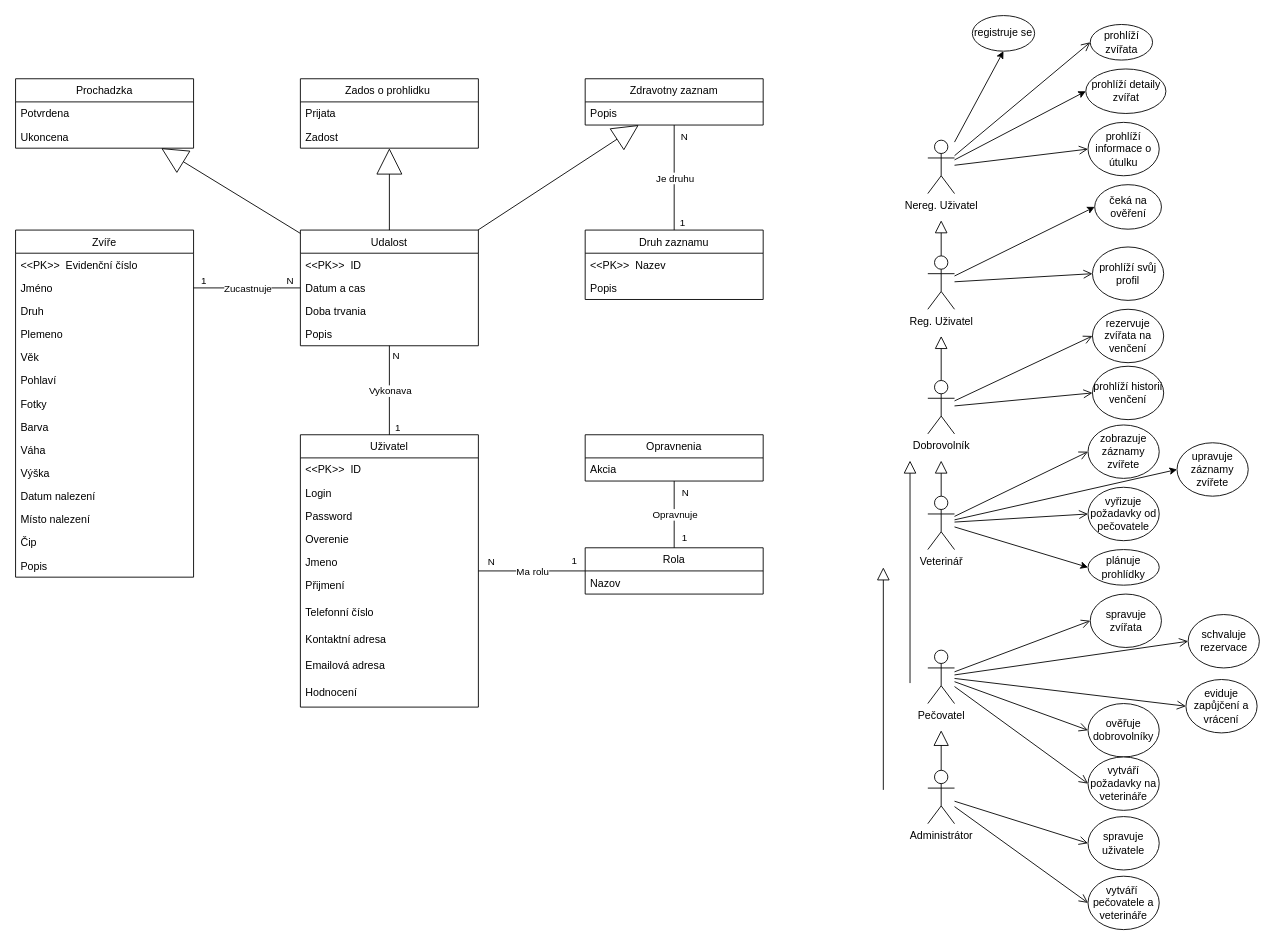
Before: db.drawio in solumath/IIS-Zvireci-utulek, a draw.io diagram. Source tidied: cells renumbered, new cells numbered last; positions are measured from the earlier drawing's top-left corner, leaving out a move shared by most shapes. Both pictures are drawn from the tidied source at 89%, with x=0, y=0 at pixel (15, 15).
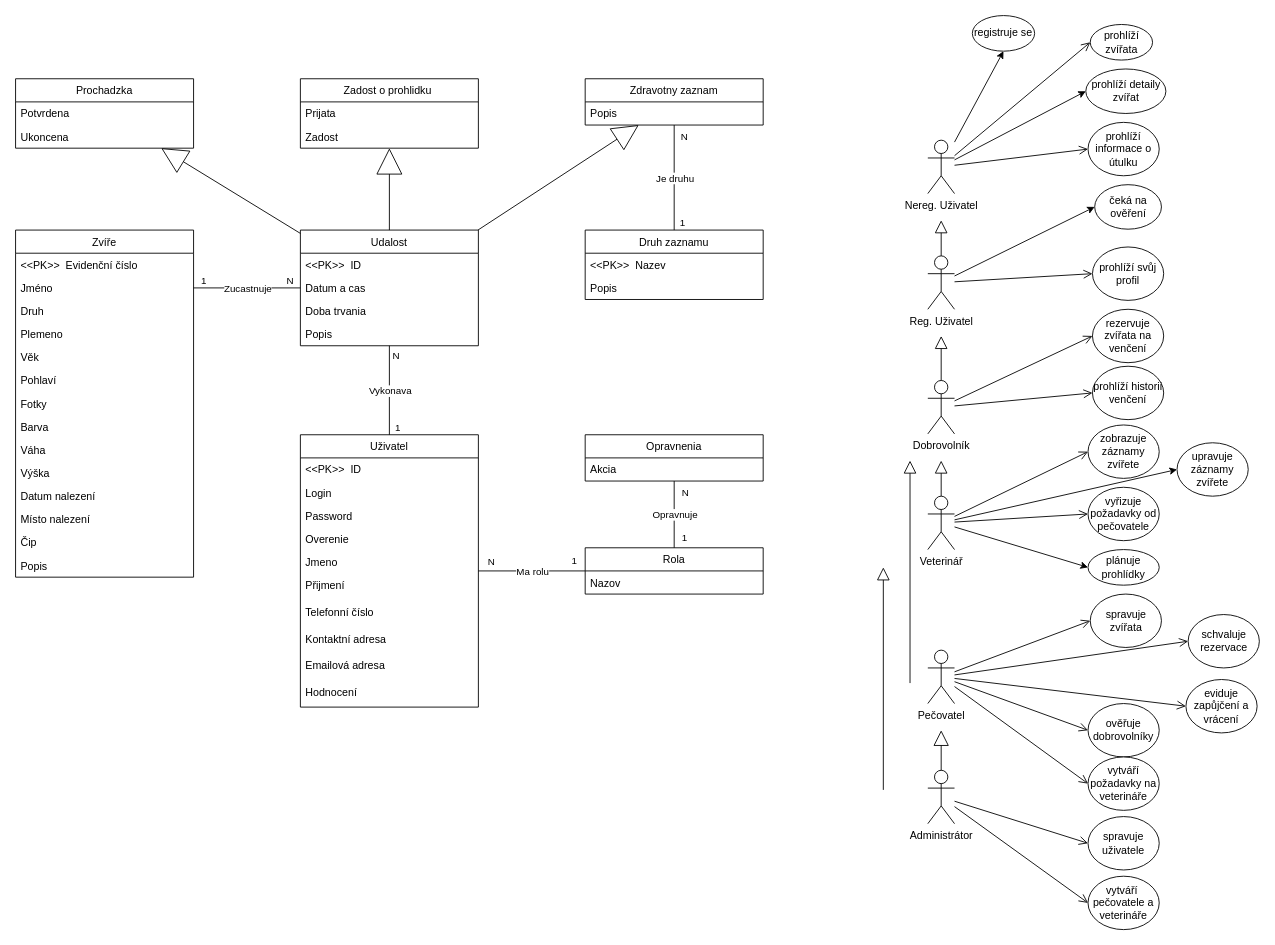
The same diagram, later.

The edit, as a diff of the source:
```diff
@@
-    <mxCell id="98" value="Zados o prohlidku " style="swimlane;fontStyle=0;horizontal=1;startSize=26;" parent="1" vertex="1">
+    <mxCell id="98" value="Zadost o prohlidku " style="swimlane;fontStyle=0;horizontal=1;startSize=26;" parent="1" vertex="1">
       <mxGeometry x="320" y="71" width="200" height="78" as="geometry" />
     </mxCell>
```
